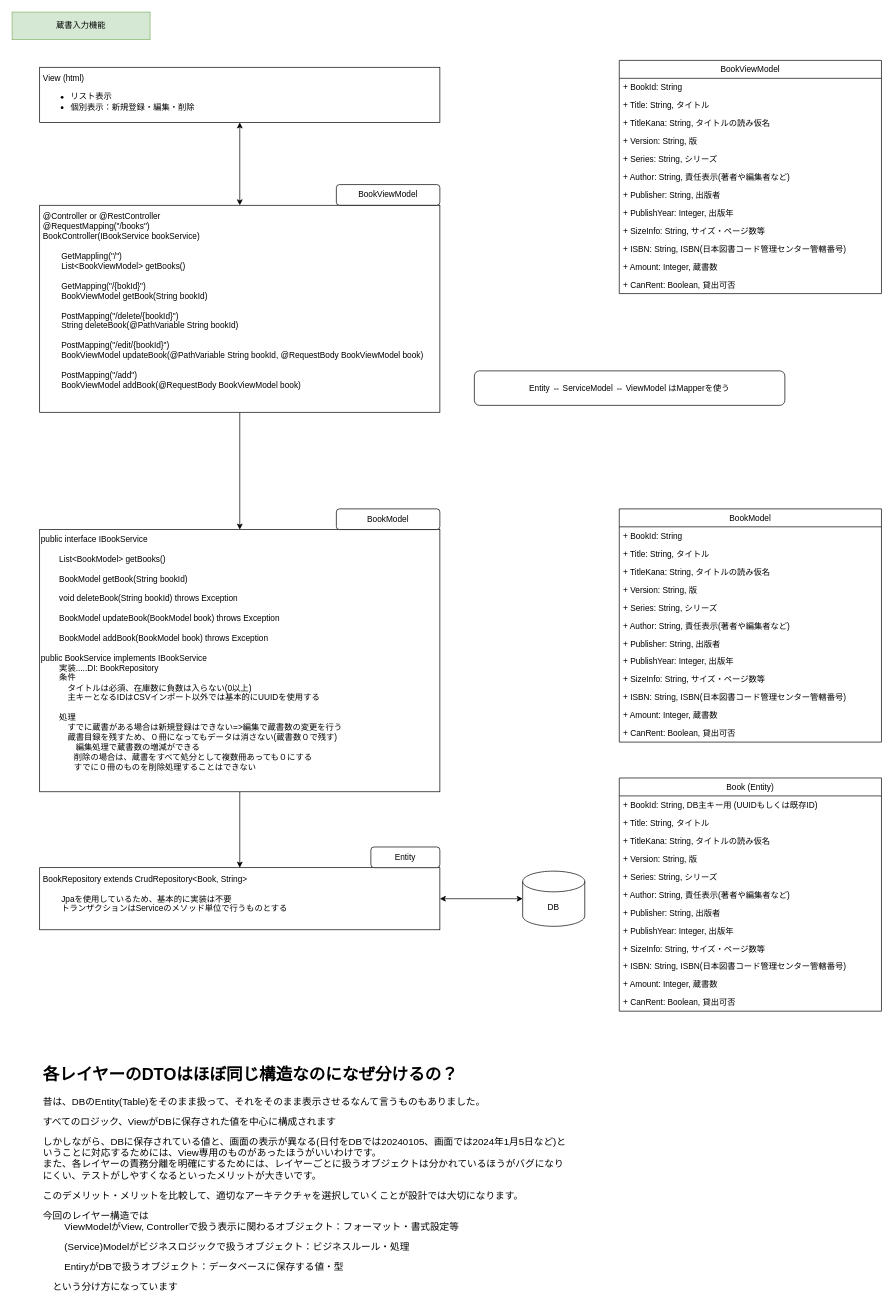
The draw.io diagram page "詳細設計" (4 of 4) of documents/練習用設計.drawio in mkuwan/spring-basic, before the edit. Source tidied: cells renumbered, new cells numbered last; positions are measured from the earlier drawing's top-left corner, leaving out a move shared by most shapes. Both pictures are drawn from the tidied source at 69%, with x=0, y=0 at pixel (12, 12).
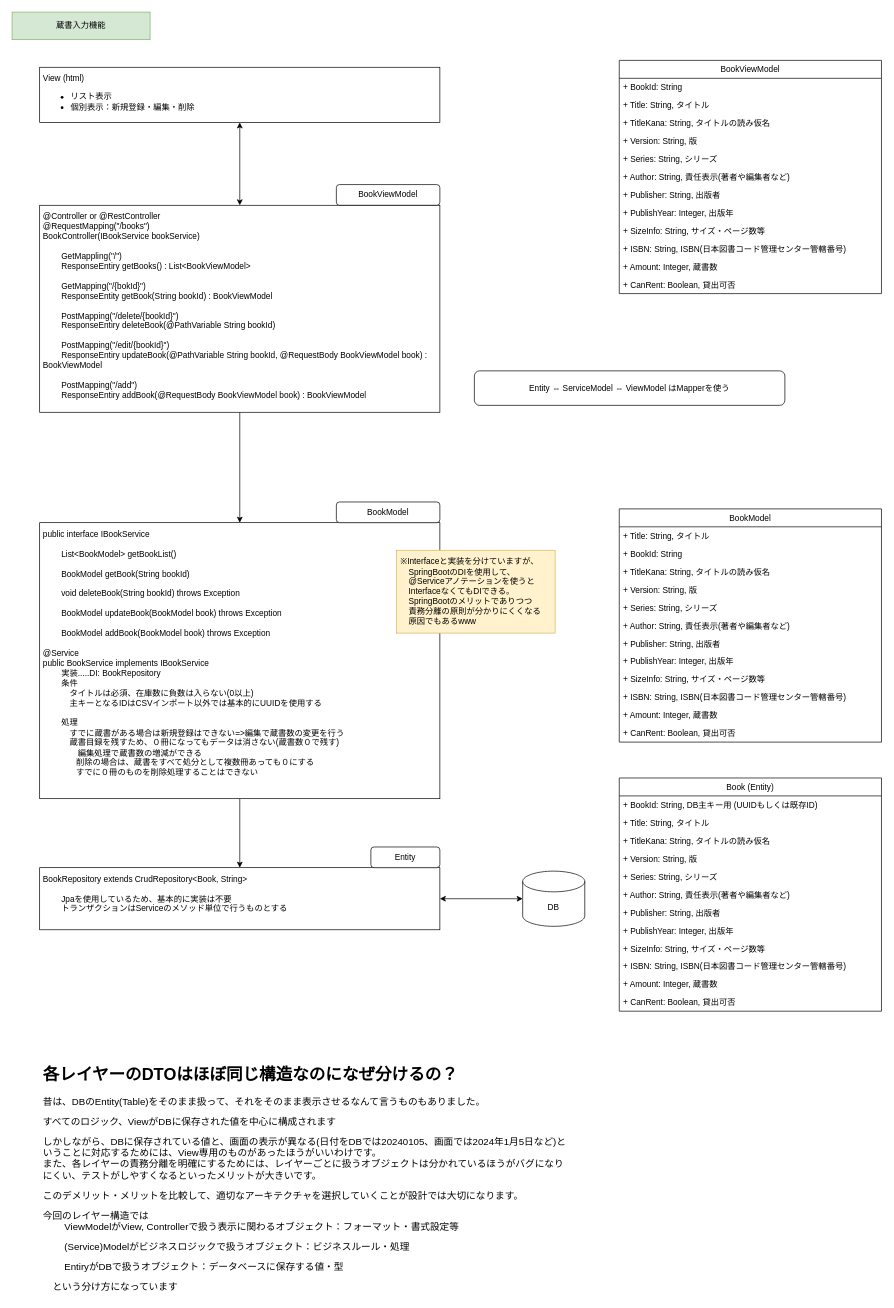
After the change.

The change refers to these unchanged cells:
```xml
<mxCell id="42" value="BookModel" style="swimlane;fontStyle=0;horizontal=1;startSize=26;fillColor=none;" parent="1" vertex="1">
  <mxGeometry x="880" y="720" width="380" height="338" as="geometry" />
</mxCell>
```

What changed in the source:
```diff
@@
-    <mxCell id="5" value="@Controller or @RestController&lt;br&gt;@RequestMapping(&quot;/books&quot;)&lt;br&gt;BookController(IBookService bookService)&lt;br&gt;&lt;br&gt;&lt;span style=&quot;white-space: pre;&quot;&gt;&#9;&lt;/span&gt;GetMappling(&quot;/&quot;)&lt;br&gt;&lt;span style=&quot;&quot;&gt;&#9;&lt;/span&gt;&lt;span style=&quot;white-space: pre;&quot;&gt;&#9;&lt;/span&gt;List&amp;lt;BookViewModel&amp;gt; getBooks()&lt;br&gt;&lt;br&gt;&lt;span style=&quot;&quot;&gt;&#9;&lt;/span&gt;&lt;span style=&quot;white-space: pre;&quot;&gt;&#9;&lt;/span&gt;GetMapping(&quot;/{bokId}&quot;)&lt;br&gt;&lt;span style=&quot;&quot;&gt;&#9;&lt;/span&gt;&lt;span style=&quot;white-space: pre;&quot;&gt;&#9;&lt;/span&gt;BookViewModel getBook(String bookId)&lt;br&gt;&lt;br&gt;&lt;span style=&quot;&quot;&gt;&#9;&lt;/span&gt;&lt;span style=&quot;white-space: pre;&quot;&gt;&#9;&lt;/span&gt;PostMapping(&quot;/delete/{bookId}&quot;)&lt;br&gt;&lt;span style=&quot;&quot;&gt;&#9;&lt;/span&gt;&lt;span style=&quot;white-space: pre;&quot;&gt;&#9;&lt;/span&gt;String deleteBook(@PathVariable String bookId)&lt;br&gt;&lt;br&gt;&lt;span style=&quot;&quot;&gt;&#9;&lt;/span&gt;&lt;span style=&quot;white-space: pre;&quot;&gt;&#9;&lt;/span&gt;PostMapping(&quot;/edit/{bookId}&quot;)&lt;br&gt;&lt;span style=&quot;&quot;&gt;&#9;&lt;/span&gt;&lt;span style=&quot;white-space: pre;&quot;&gt;&#9;&lt;/span&gt;BookViewModel updateBook(@PathVariable String bookId, @RequestBody BookViewModel book)&lt;br&gt;&lt;br&gt;&lt;span style=&quot;&quot;&gt;&#9;&lt;/span&gt;&lt;span style=&quot;white-space: pre;&quot;&gt;&#9;&lt;/span&gt;PostMapping(&quot;/add&quot;)&lt;br&gt;&lt;span style=&quot;&quot;&gt;&#9;&lt;/span&gt;&lt;span style=&quot;white-space: pre;&quot;&gt;&#9;&lt;/span&gt;BookViewModel addBook(@RequestBody BookViewModel book)" style="rounded=0;whiteSpace=wrap;html=1;verticalAlign=top;align=left;spacing=5;" parent="1" vertex="1">
+    <mxCell id="5" value="@Controller or @RestController&lt;br&gt;@RequestMapping(&quot;/books&quot;)&lt;br&gt;BookController(IBookService bookService)&lt;br&gt;&lt;br&gt;&lt;span style=&quot;white-space: pre;&quot;&gt;&#9;&lt;/span&gt;GetMappling(&quot;/&quot;)&lt;br&gt;&lt;span style=&quot;&quot;&gt;&#9;&lt;/span&gt;&lt;span style=&quot;white-space: pre;&quot;&gt;&#9;&lt;/span&gt;ResponseEntiry getBooks() : List&amp;lt;BookViewModel&amp;gt;&lt;br&gt;&lt;br&gt;&lt;span style=&quot;&quot;&gt;&#9;&lt;/span&gt;&lt;span style=&quot;white-space: pre;&quot;&gt;&#9;&lt;/span&gt;GetMapping(&quot;/{bokId}&quot;)&lt;br&gt;&lt;span style=&quot;&quot;&gt;&#9;&lt;/span&gt;&lt;span style=&quot;white-space: pre;&quot;&gt;&#9;&lt;/span&gt;ResponseEntity getBook(String bookId) : BookViewModel&lt;br&gt;&lt;br&gt;&lt;span style=&quot;&quot;&gt;&#9;&lt;/span&gt;&lt;span style=&quot;white-space: pre;&quot;&gt;&#9;&lt;/span&gt;PostMapping(&quot;/delete/{bookId}&quot;)&lt;br&gt;&lt;span style=&quot;&quot;&gt;&#9;&lt;/span&gt;&lt;span style=&quot;white-space: pre;&quot;&gt;&#9;&lt;/span&gt;ResponseEntiry deleteBook(@PathVariable String bookId)&lt;br&gt;&lt;br&gt;&lt;span style=&quot;&quot;&gt;&#9;&lt;/span&gt;&lt;span style=&quot;white-space: pre;&quot;&gt;&#9;&lt;/span&gt;PostMapping(&quot;/edit/{bookId}&quot;)&lt;br&gt;&lt;span style=&quot;&quot;&gt;&#9;&lt;/span&gt;&lt;span style=&quot;white-space: pre;&quot;&gt;&#9;&lt;/span&gt;ResponseEntiry updateBook(@PathVariable String bookId, @RequestBody BookViewModel book) : BookViewModel&lt;br&gt;&lt;br&gt;&lt;span style=&quot;&quot;&gt;&#9;&lt;/span&gt;&lt;span style=&quot;white-space: pre;&quot;&gt;&#9;&lt;/span&gt;PostMapping(&quot;/add&quot;)&lt;br&gt;&lt;span style=&quot;&quot;&gt;&#9;&lt;/span&gt;&lt;span style=&quot;white-space: pre;&quot;&gt;&#9;&lt;/span&gt;ResponseEntiry addBook(@RequestBody BookViewModel book) : BookViewModel" style="rounded=0;whiteSpace=wrap;html=1;verticalAlign=top;align=left;spacing=5;" parent="1" vertex="1">
       <mxGeometry x="40" y="280" width="580" height="300" as="geometry" />
     </mxCell>
@@
-    <mxCell id="8" value="public interface IBookService&lt;br&gt;&lt;br&gt;&lt;span style=&quot;white-space: pre;&quot;&gt;&#9;&lt;/span&gt;List&amp;lt;BookModel&amp;gt; getBooks()&lt;br&gt;&lt;br&gt;&lt;span style=&quot;white-space: pre;&quot;&gt;&#9;&lt;/span&gt;BookModel getBook(String bookId)&lt;br&gt;&lt;br&gt;&lt;span style=&quot;white-space: pre;&quot;&gt;&#9;&lt;/span&gt;void deleteBook(String bookId) throws Exception&lt;br&gt;&lt;br&gt;&lt;span style=&quot;white-space: pre;&quot;&gt;&#9;&lt;/span&gt;BookModel updateBook(BookModel book) throws Exception&lt;br&gt;&lt;br&gt;&lt;span style=&quot;white-space: pre;&quot;&gt;&#9;&lt;/span&gt;BookModel addBook(BookModel book) throws Exception&lt;br&gt;&lt;br&gt;public BookService implements IBookService&lt;br&gt;&lt;span style=&quot;white-space: pre;&quot;&gt;&#9;&lt;/span&gt;実装.....DI: BookRepository&lt;br&gt;&lt;span style=&quot;white-space: pre;&quot;&gt;&#9;&lt;/span&gt;条件&lt;br&gt;&lt;span style=&quot;white-space: pre;&quot;&gt;&#9;&lt;/span&gt;　タイトルは必須、在庫数に負数は入らない(0以上)&lt;br&gt;&lt;span style=&quot;white-space: pre;&quot;&gt;&#9;&lt;/span&gt;　主キーとなるIDはCSVインポート以外では基本的にUUIDを使用する&lt;br&gt;&lt;br&gt;&lt;span style=&quot;white-space: pre;&quot;&gt;&#9;&lt;/span&gt;処理&lt;br&gt;　&lt;span style=&quot;white-space: pre;&quot;&gt;&#9;&lt;/span&gt;　すでに蔵書がある場合は新規登録はできない=&amp;gt;編集で蔵書数の変更を行う&lt;br&gt;&lt;span style=&quot;white-space: pre;&quot;&gt;&#9;&lt;/span&gt;　蔵書目録を残すため、０冊になってもデータは消さない(蔵書数０で残す)&lt;br&gt;&lt;span style=&quot;white-space: pre;&quot;&gt;&#9;&lt;/span&gt;　　編集処理で蔵書数の増減ができる&lt;br&gt;　　　　削除の場合は、蔵書をすべて処分として複数冊あっても０にする&lt;br&gt;　　　　すでに０冊のものを削除処理することはできない" style="rounded=0;whiteSpace=wrap;html=1;align=left;verticalAlign=top;" parent="1" vertex="1">
-      <mxGeometry x="40" y="750" width="580" height="380" as="geometry" />
+    <mxCell id="8" value="public interface IBookService&lt;br&gt;&lt;br&gt;&lt;span style=&quot;white-space: pre;&quot;&gt;&#9;&lt;/span&gt;List&amp;lt;BookModel&amp;gt; getBookList()&lt;br&gt;&lt;br&gt;&lt;span style=&quot;white-space: pre;&quot;&gt;&#9;&lt;/span&gt;BookModel getBook(String bookId)&lt;br&gt;&lt;br&gt;&lt;span style=&quot;white-space: pre;&quot;&gt;&#9;&lt;/span&gt;void deleteBook(String bookId) throws Exception&lt;br&gt;&lt;br&gt;&lt;span style=&quot;white-space: pre;&quot;&gt;&#9;&lt;/span&gt;BookModel updateBook(BookModel book) throws Exception&lt;br&gt;&lt;br&gt;&lt;span style=&quot;white-space: pre;&quot;&gt;&#9;&lt;/span&gt;BookModel addBook(BookModel book) throws Exception&lt;br&gt;&lt;br&gt;@Service&lt;br&gt;public BookService implements IBookService&lt;br&gt;&lt;span style=&quot;white-space: pre;&quot;&gt;&#9;&lt;/span&gt;実装.....DI: BookRepository&lt;br&gt;&lt;span style=&quot;white-space: pre;&quot;&gt;&#9;&lt;/span&gt;条件&lt;br&gt;&lt;span style=&quot;white-space: pre;&quot;&gt;&#9;&lt;/span&gt;　タイトルは必須、在庫数に負数は入らない(0以上)&lt;br&gt;&lt;span style=&quot;white-space: pre;&quot;&gt;&#9;&lt;/span&gt;　主キーとなるIDはCSVインポート以外では基本的にUUIDを使用する&lt;br&gt;&lt;br&gt;&lt;span style=&quot;white-space: pre;&quot;&gt;&#9;&lt;/span&gt;処理&lt;br&gt;　&lt;span style=&quot;white-space: pre;&quot;&gt;&#9;&lt;/span&gt;　すでに蔵書がある場合は新規登録はできない=&amp;gt;編集で蔵書数の変更を行う&lt;br&gt;&lt;span style=&quot;white-space: pre;&quot;&gt;&#9;&lt;/span&gt;　蔵書目録を残すため、０冊になってもデータは消さない(蔵書数０で残す)&lt;br&gt;&lt;span style=&quot;white-space: pre;&quot;&gt;&#9;&lt;/span&gt;　　編集処理で蔵書数の増減ができる&lt;br&gt;　　　　削除の場合は、蔵書をすべて処分として複数冊あっても０にする&lt;br&gt;　　　　すでに０冊のものを削除処理することはできない" style="rounded=0;whiteSpace=wrap;html=1;align=left;verticalAlign=top;spacing=5;" parent="1" vertex="1">
+      <mxGeometry x="40" y="740" width="580" height="400" as="geometry" />
     </mxCell>
@@
     <mxCell id="41" value="BookModel" style="rounded=1;whiteSpace=wrap;html=1;" parent="1" vertex="1">
-      <mxGeometry x="470" y="720" width="150" height="30" as="geometry" />
+      <mxGeometry x="470" y="710" width="150" height="30" as="geometry" />
     </mxCell>
@@
+    <mxCell id="44" value="+ Title: String, タイトル" style="text;strokeColor=none;fillColor=none;align=left;verticalAlign=top;spacingLeft=4;spacingRight=4;overflow=hidden;" parent="42" vertex="1">
+      <mxGeometry y="26" width="380" height="26" as="geometry" />
+    </mxCell>
     <mxCell id="43" value="+ BookId: String" style="text;strokeColor=none;fillColor=none;align=left;verticalAlign=top;spacingLeft=4;spacingRight=4;overflow=hidden;" parent="42" vertex="1">
-      <mxGeometry y="26" width="380" height="26" as="geometry" />
+      <mxGeometry y="52" width="380" height="26" as="geometry" />
     </mxCell>
-    <mxCell id="44" value="+ Title: String, タイトル" style="text;strokeColor=none;fillColor=none;align=left;verticalAlign=top;spacingLeft=4;spacingRight=4;overflow=hidden;" parent="42" vertex="1">
-      <mxGeometry y="52" width="380" height="26" as="geometry" />
-    </mxCell>
@@
+    <mxCell id="56" value="※Interfaceと実装を分けていますが、&lt;br&gt;　SpringBootのDIを使用して、&lt;br&gt;　@Serviceアノテーションを使うと&lt;br&gt;　InterfaceなくてもDIできる。&lt;br&gt;　SpringBootのメリットでありつつ&lt;br&gt;　責務分離の原則が分かりにくくなる&lt;br&gt;　原因でもあるwww" style="text;html=1;align=left;verticalAlign=middle;fillColor=#fff2cc;strokeColor=#d6b656;spacing=6;" parent="1" vertex="1">
+      <mxGeometry x="557" y="780" width="230" height="120" as="geometry" />
+    </mxCell>
```
